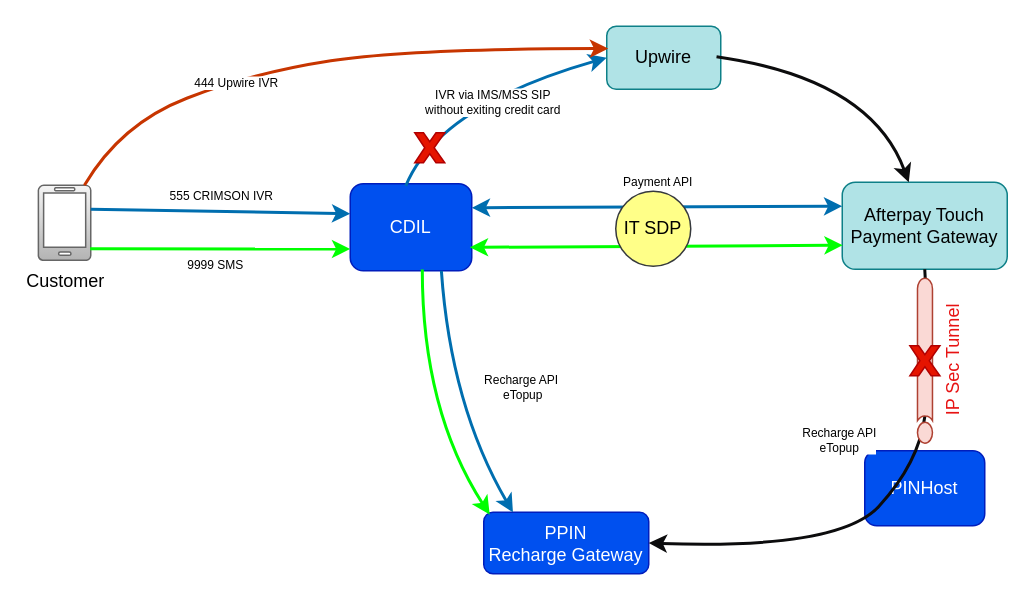
The draw.io diagram Afterpay Touch Diagram.drawio in you-zhou/drawio, before the edit. Source tidied: cells renumbered, new cells numbered last; positions are measured from the earlier drawing's top-left corner, leaving out a move shared by most shapes. Both pictures are drawn from the tidied source at 150%, with x=0, y=0 at pixel (38, 26).
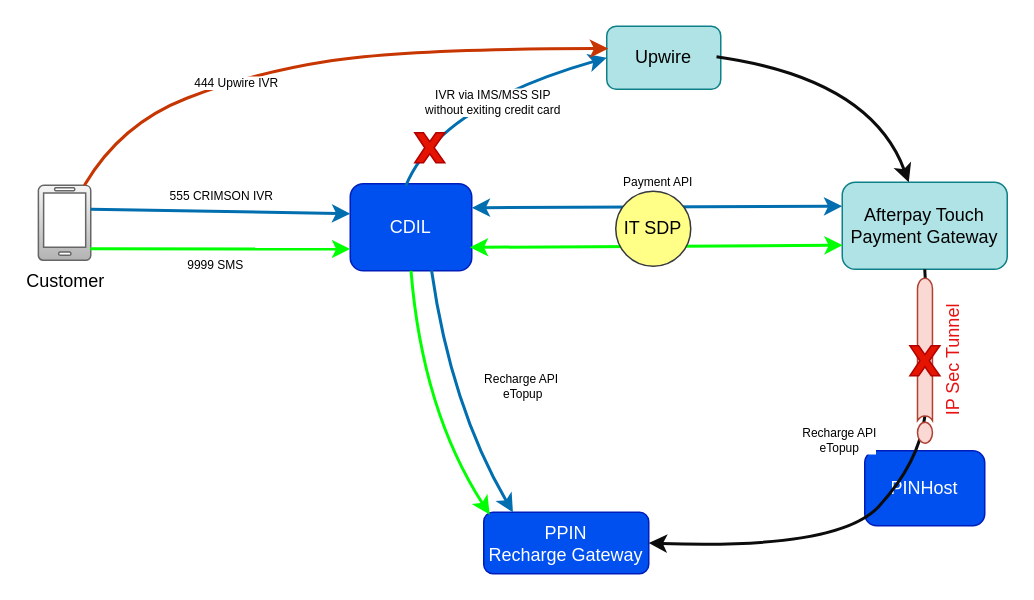
After the change.

The change refers to these unchanged cells:
```xml
<mxCell id="2" value="CDIL" style="rounded=1;whiteSpace=wrap;html=1;fillColor=#0050ef;fontColor=#ffffff;strokeColor=#001DBC;" parent="1" vertex="1">
  <mxGeometry x="208" y="105" width="81" height="58" as="geometry" />
</mxCell>
<mxCell id="11" value="PPIN&lt;div&gt;Recharge Gateway&lt;/div&gt;" style="rounded=1;whiteSpace=wrap;html=1;fillColor=#0050ef;fontColor=#ffffff;strokeColor=#001DBC;" parent="1" vertex="1">
  <mxGeometry x="297" y="324" width="110" height="41" as="geometry" />
</mxCell>
```

What changed in the source:
```diff
@@
-    <mxCell id="17" value="Recharge API&amp;nbsp;&lt;div style=&quot;font-size: 8px;&quot;&gt;eTopup&lt;/div&gt;" style="curved=1;endArrow=classic;html=1;rounded=0;fillColor=#1ba1e2;strokeColor=#006EAF;strokeWidth=2;exitX=0.75;exitY=1;exitDx=0;exitDy=0;entryX=0.177;entryY=0.002;entryDx=0;entryDy=0;entryPerimeter=0;fontSize=8;" parent="1" edge="1" source="2" target="11">
+    <mxCell id="17" value="Recharge API&amp;nbsp;&lt;div style=&quot;font-size: 8px;&quot;&gt;eTopup&lt;/div&gt;" style="curved=1;endArrow=classic;html=1;rounded=0;fillColor=#1ba1e2;strokeColor=#006EAF;strokeWidth=2;exitX=0.669;exitY=0.994;exitDx=0;exitDy=0;entryX=0.177;entryY=0.002;entryDx=0;entryDy=0;entryPerimeter=0;fontSize=8;exitPerimeter=0;" parent="1" edge="1" source="2" target="11">
       <mxGeometry x="0.2" y="48" relative="1" as="geometry">
         <Array as="points">
           <mxPoint x="275" y="253" />
         </Array>
       </mxGeometry>
     </mxCell>
-    <mxCell id="18" style="curved=1;endArrow=classic;html=1;rounded=0;entryX=0.036;entryY=0.039;entryDx=0;entryDy=0;fillColor=#d5e8d4;strokeColor=#00FF00;strokeWidth=2;exitX=0.593;exitY=0.986;exitDx=0;exitDy=0;exitPerimeter=0;entryPerimeter=0;" parent="1" edge="1" source="2" target="11">
+    <mxCell id="18" style="curved=1;endArrow=classic;html=1;rounded=0;entryX=0.036;entryY=0.039;entryDx=0;entryDy=0;fillColor=#d5e8d4;strokeColor=#00FF00;strokeWidth=2;exitX=0.5;exitY=1;exitDx=0;exitDy=0;entryPerimeter=0;" parent="1" edge="1" source="2" target="11">
       <mxGeometry x="0.11" y="25" relative="1" as="geometry">
         <Array as="points">
           <mxPoint x="256" y="256" />
         </Array>
       </mxGeometry>
     </mxCell>
```
